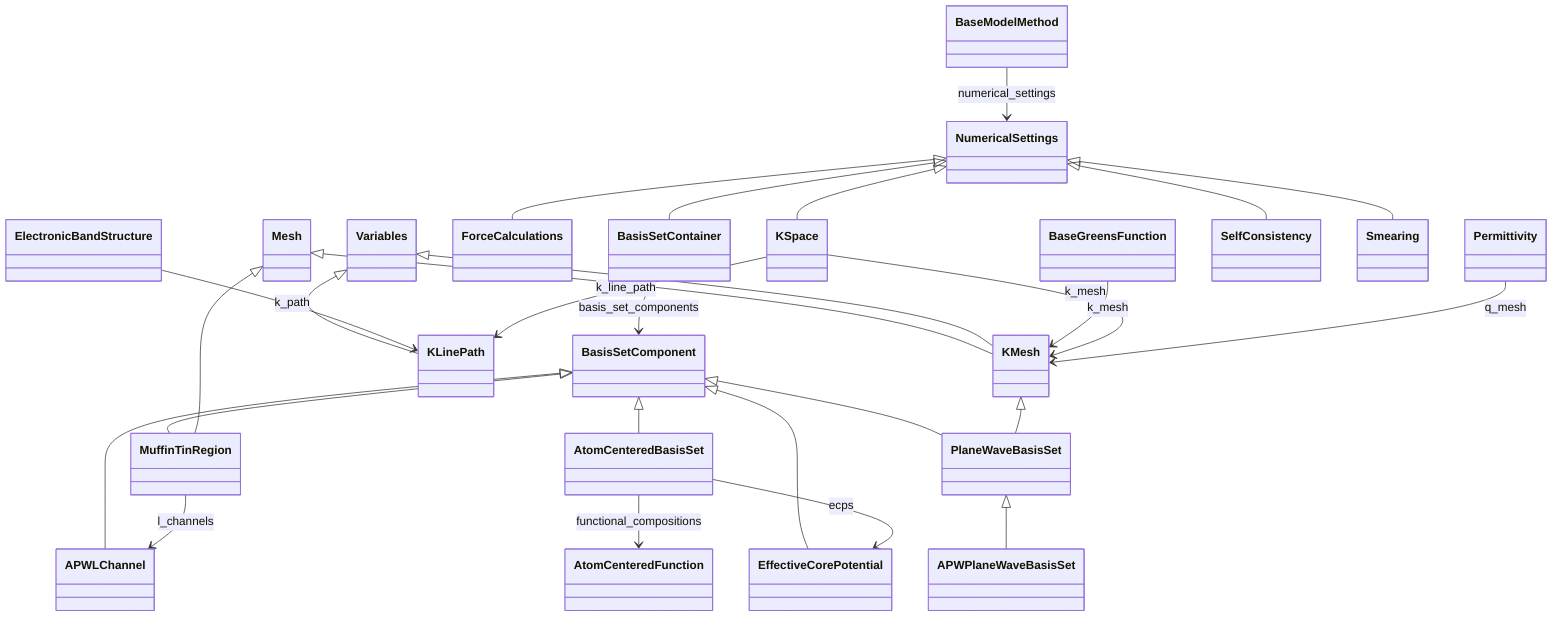
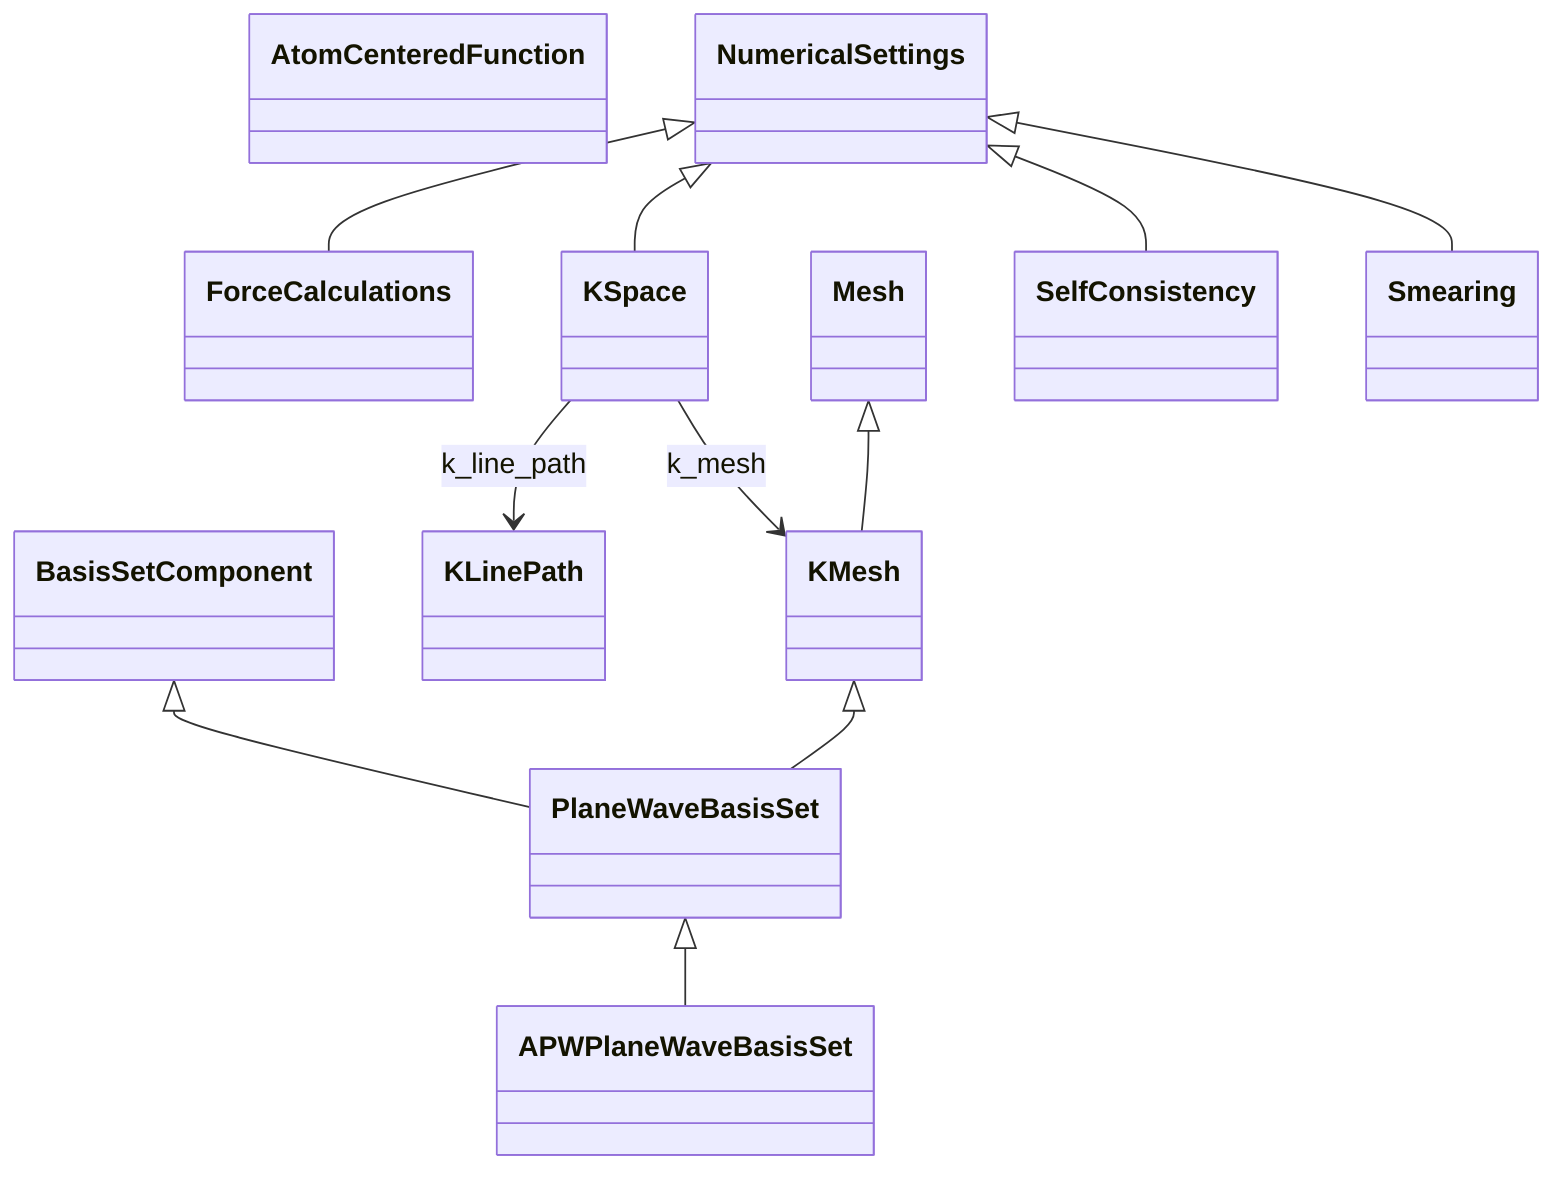
classDiagram
-     class APWLChannel
    class APWPlaneWaveBasisSet
-     class AtomCenteredBasisSet
    class AtomCenteredFunction
-     class BaseGreensFunction
-     class BaseModelMethod
    class BasisSetComponent
-     class BasisSetContainer
-     class EffectiveCorePotential
-     class ElectronicBandStructure
    class ForceCalculations
    class KLinePath
    class KMesh
    class KSpace
    class Mesh
-     class MuffinTinRegion
    class NumericalSettings
-     class Permittivity
    class PlaneWaveBasisSet
    class SelfConsistency
    class Smearing
-     class Variables
-     BasisSetComponent <|-- APWLChannel
    PlaneWaveBasisSet <|-- APWPlaneWaveBasisSet
-     BasisSetComponent <|-- AtomCenteredBasisSet
-     NumericalSettings <|-- BasisSetContainer
-     BasisSetComponent <|-- EffectiveCorePotential
    NumericalSettings <|-- ForceCalculations
-     Variables <|-- KLinePath
    Mesh <|-- KMesh
-     Variables <|-- KMesh
    NumericalSettings <|-- KSpace
-     BasisSetComponent <|-- MuffinTinRegion
-     Mesh <|-- MuffinTinRegion
    BasisSetComponent <|-- PlaneWaveBasisSet
    KMesh <|-- PlaneWaveBasisSet
    NumericalSettings <|-- SelfConsistency
    NumericalSettings <|-- Smearing
-     AtomCenteredBasisSet --> AtomCenteredFunction : functional_compositions
-     AtomCenteredBasisSet --> EffectiveCorePotential : ecps
-     BaseGreensFunction --> KMesh : k_mesh
-     BaseModelMethod --> NumericalSettings : numerical_settings
-     BasisSetContainer --> BasisSetComponent : basis_set_components
-     ElectronicBandStructure --> KLinePath : k_path
    KSpace --> KLinePath : k_line_path
    KSpace --> KMesh : k_mesh
-     MuffinTinRegion --> APWLChannel : l_channels
-     Permittivity --> KMesh : q_mesh
